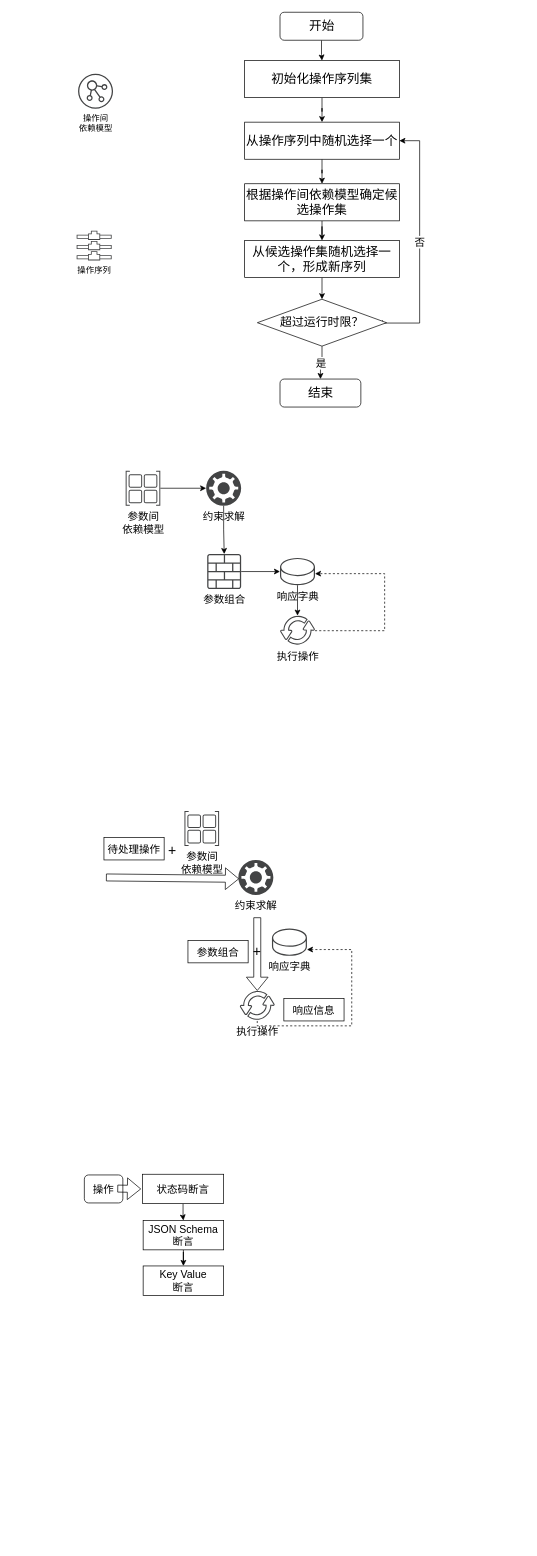
Above: as.drawio in bingoyao/drawio (draw.io), before the change. Source tidied: cells renumbered, new cells numbered last; positions are measured from the earlier drawing's top-left corner, leaving out a move shared by most shapes. Both pictures are drawn from the tidied source at 70%, with x=0, y=0 at pixel (76, 12).
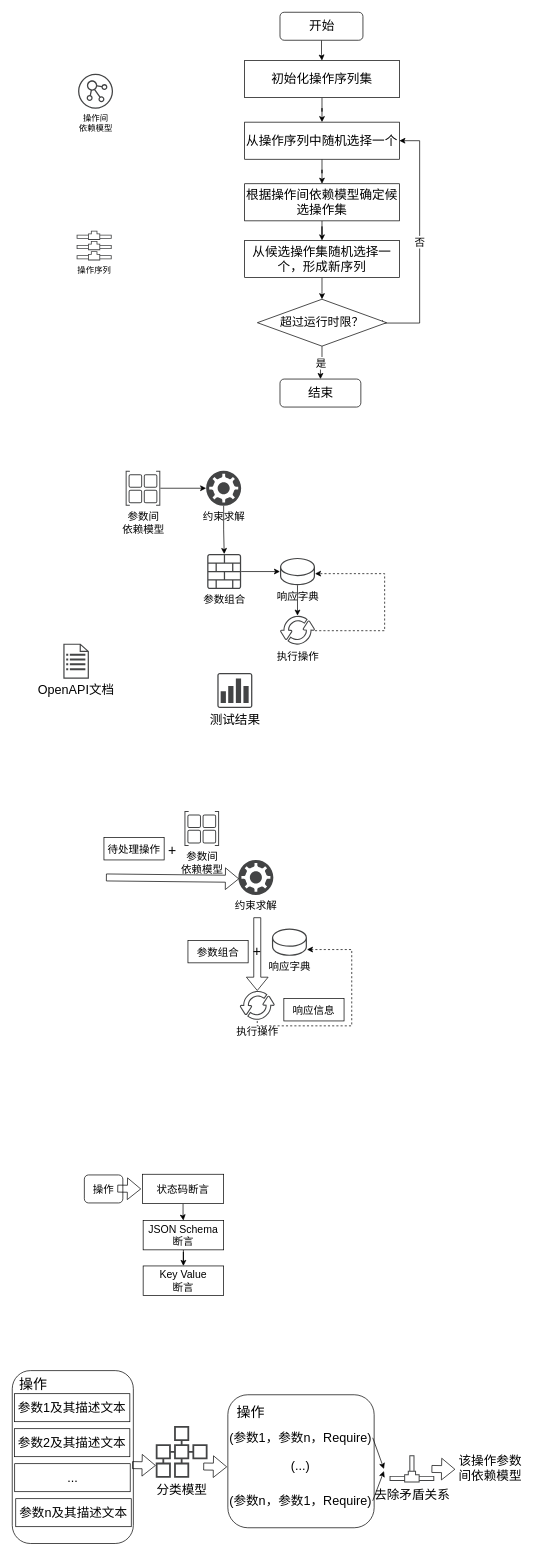
The same diagram, later.

What changed in the source:
```diff
@@
+    <mxCell id="47" style="rounded=1;whiteSpace=wrap;html=1;fontSize=20;" parent="1" vertex="1">
+      <mxGeometry x="-92" y="1940.5" width="173" height="247" as="geometry" />
+    </mxCell>
+    <mxCell id="48" value="操作" style="text;html=1;strokeColor=none;fillColor=none;align=center;verticalAlign=middle;whiteSpace=wrap;rounded=0;fontSize=20;" parent="1" vertex="1">
+      <mxGeometry x="-92" y="1943.5" width="60" height="30" as="geometry" />
+    </mxCell>
+    <mxCell id="49" value="参数1及其描述文本" style="rounded=0;whiteSpace=wrap;html=1;fontSize=18;" parent="1" vertex="1">
+      <mxGeometry x="-89" y="1973.5" width="165" height="40" as="geometry" />
+    </mxCell>
+    <mxCell id="50" value="参数2及其描述文本" style="rounded=0;whiteSpace=wrap;html=1;fontSize=18;" parent="1" vertex="1">
+      <mxGeometry x="-89" y="2023.5" width="165" height="40" as="geometry" />
+    </mxCell>
+    <mxCell id="51" value="参数n及其描述文本" style="rounded=0;whiteSpace=wrap;html=1;fontSize=18;" parent="1" vertex="1">
+      <mxGeometry x="-87" y="2123.5" width="165" height="40" as="geometry" />
+    </mxCell>
+    <mxCell id="52" value="..." style="rounded=0;whiteSpace=wrap;html=1;fontSize=18;" parent="1" vertex="1">
+      <mxGeometry x="-88.5" y="2073.5" width="165" height="40" as="geometry" />
+    </mxCell>
+    <mxCell id="53" value="分类模型" style="sketch=0;shadow=0;dashed=0;html=1;strokeColor=none;fillColor=#434445;labelPosition=center;verticalLabelPosition=bottom;verticalAlign=top;align=center;shape=mxgraph.vvd.nfvo;fontSize=18;" parent="1" vertex="1">
+      <mxGeometry x="113" y="2019.5" width="74" height="74" as="geometry" />
+    </mxCell>
+    <mxCell id="54" style="shape=flexArrow;endArrow=classic;html=1;rounded=0;fontSize=15;" parent="1" edge="1">
+      <mxGeometry relative="1" as="geometry">
+        <mxPoint x="79.3" y="2075.5" as="sourcePoint" />
+        <mxPoint x="113" y="2076" as="targetPoint" />
+      </mxGeometry>
+    </mxCell>
+    <mxCell id="55" style="shape=flexArrow;endArrow=classic;html=1;rounded=0;fontSize=15;" parent="1" edge="1">
+      <mxGeometry relative="1" as="geometry">
+        <mxPoint x="181" y="2077.5" as="sourcePoint" />
+        <mxPoint x="214.8" y="2078" as="targetPoint" />
+      </mxGeometry>
+    </mxCell>
+    <mxCell id="56" style="rounded=1;whiteSpace=wrap;html=1;fontSize=20;" parent="1" vertex="1">
+      <mxGeometry x="216" y="1975" width="209" height="190" as="geometry" />
+    </mxCell>
+    <mxCell id="57" value="操作" style="text;html=1;strokeColor=none;fillColor=none;align=center;verticalAlign=middle;whiteSpace=wrap;rounded=0;fontSize=20;" parent="1" vertex="1">
+      <mxGeometry x="219" y="1983.5" width="60" height="30" as="geometry" />
+    </mxCell>
+    <mxCell id="58" value="(参数1，参数n，Require)" style="text;html=1;strokeColor=none;fillColor=none;align=center;verticalAlign=middle;whiteSpace=wrap;rounded=0;fontSize=18;" parent="1" vertex="1">
+      <mxGeometry x="217" y="2021.5" width="206" height="30" as="geometry" />
+    </mxCell>
+    <mxCell id="59" value="(参数n，参数1，Require)" style="text;html=1;strokeColor=none;fillColor=none;align=center;verticalAlign=middle;whiteSpace=wrap;rounded=0;fontSize=18;" parent="1" vertex="1">
+      <mxGeometry x="217" y="2111.5" width="206" height="30" as="geometry" />
+    </mxCell>
+    <mxCell id="60" value="(...)" style="text;html=1;strokeColor=none;fillColor=none;align=center;verticalAlign=middle;whiteSpace=wrap;rounded=0;fontSize=18;" parent="1" vertex="1">
+      <mxGeometry x="217" y="2061.5" width="206" height="30" as="geometry" />
+    </mxCell>
+    <mxCell id="61" style="endArrow=classic;html=1;rounded=0;fontSize=18;exitX=1;exitY=0.5;exitDx=0;exitDy=0;" parent="1" edge="1" source="58">
+      <mxGeometry relative="1" as="geometry">
+        <mxPoint x="439" y="2081" as="targetPoint" />
+      </mxGeometry>
+    </mxCell>
+    <mxCell id="62" style="endArrow=classic;html=1;rounded=0;fontSize=18;exitX=1;exitY=0.5;exitDx=0;exitDy=0;" parent="1" edge="1" source="59">
+      <mxGeometry relative="1" as="geometry">
+        <mxPoint x="439" y="2084" as="targetPoint" />
+      </mxGeometry>
+    </mxCell>
+    <mxCell id="63" value="去除矛盾关系" style="sketch=0;shadow=0;dashed=0;html=1;strokeColor=none;fillColor=#434445;labelPosition=center;verticalLabelPosition=bottom;verticalAlign=top;align=center;shape=mxgraph.vvd.networks;fontSize=18;" parent="1" vertex="1">
+      <mxGeometry x="447" y="2061.5" width="63.9" height="39" as="geometry" />
+    </mxCell>
+    <mxCell id="64" style="shape=flexArrow;endArrow=classic;html=1;rounded=0;fontSize=15;" parent="1" edge="1">
+      <mxGeometry relative="1" as="geometry">
+        <mxPoint x="507" y="2081" as="sourcePoint" />
+        <mxPoint x="540.8" y="2081.5" as="targetPoint" />
+      </mxGeometry>
+    </mxCell>
+    <mxCell id="65" value="该操作参数间依赖模型" style="text;html=1;strokeColor=none;fillColor=none;align=center;verticalAlign=middle;whiteSpace=wrap;rounded=0;fontSize=18;" parent="1" vertex="1">
+      <mxGeometry x="542.1" y="2066" width="98" height="30" as="geometry" />
+    </mxCell>
+    <mxCell id="66" value="OpenAPI文档" style="sketch=0;shadow=0;dashed=0;html=1;strokeColor=none;fillColor=#434445;labelPosition=center;verticalLabelPosition=bottom;verticalAlign=top;align=center;shape=mxgraph.vvd.recovery_plan;fontSize=18;" parent="1" vertex="1">
+      <mxGeometry x="-19" y="902" width="36.5" height="50" as="geometry" />
+    </mxCell>
+    <mxCell id="67" value="测试结果" style="sketch=0;shadow=0;dashed=0;html=1;strokeColor=none;fillColor=#434445;labelPosition=center;verticalLabelPosition=bottom;verticalAlign=top;align=center;shape=mxgraph.vvd.vrealize_log_insight;fontSize=18;" parent="1" vertex="1">
+      <mxGeometry x="201" y="944" width="50" height="50" as="geometry" />
+    </mxCell>
```
